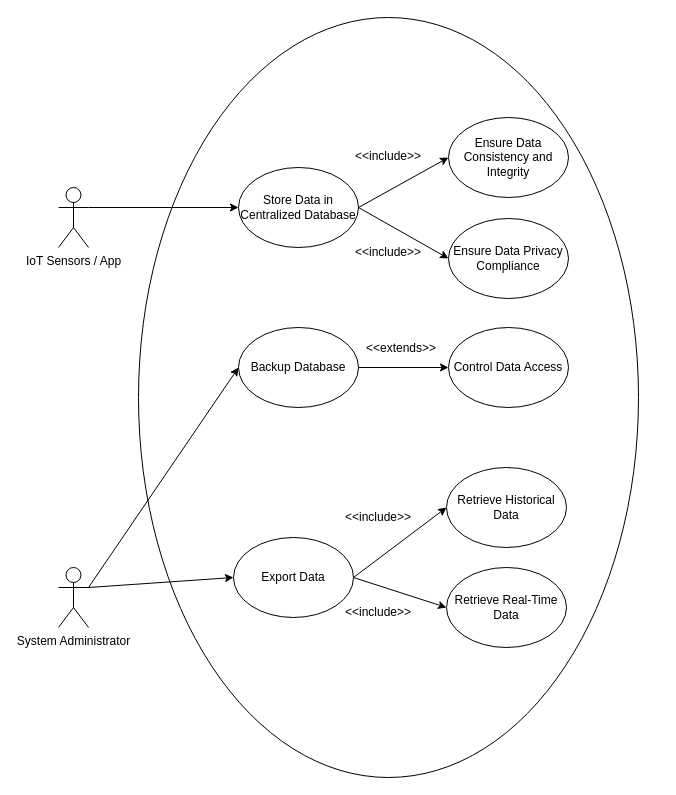
The draw.io diagram UseCaseDiagram.drawio in EzraChai/CMT221-Assignment, before the edit. Source tidied: cells renumbered, new cells numbered last; positions are measured from the earlier drawing's top-left corner, leaving out a move shared by most shapes. Both pictures are drawn from the tidied source at 100%, with x=0, y=0 at pixel (58, 17).
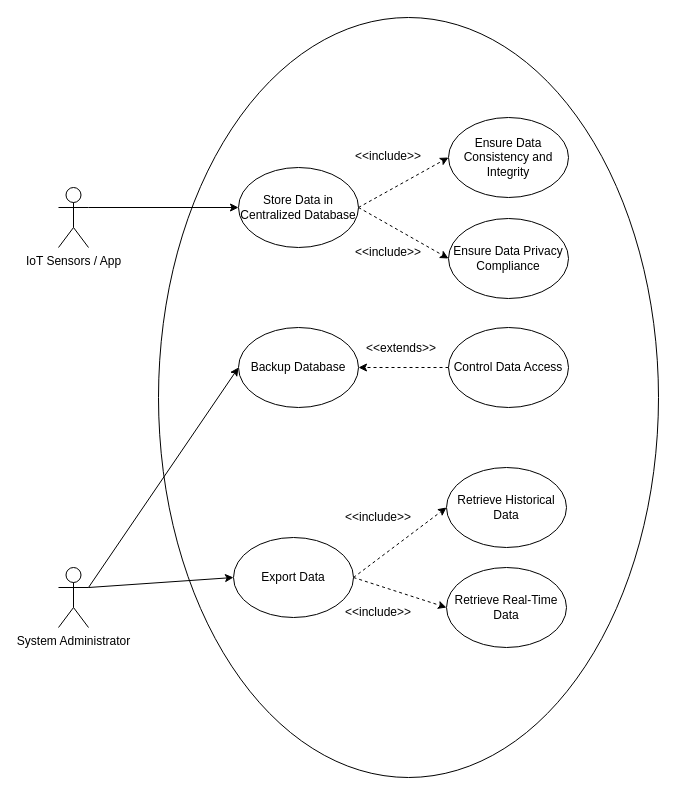
After the change.

Unchanged cells that the change refers to:
```xml
<mxCell id="9" value="Store Data in Centralized Database" style="ellipse;whiteSpace=wrap;html=1;" parent="1" vertex="1">
  <mxGeometry x="180" y="150" width="120" height="80" as="geometry" />
</mxCell>
<mxCell id="10" value="Ensure Data Consistency and Integrity" style="ellipse;whiteSpace=wrap;html=1;" parent="1" vertex="1">
  <mxGeometry x="390" y="100" width="120" height="80" as="geometry" />
</mxCell>
<mxCell id="12" value="Backup Database" style="ellipse;whiteSpace=wrap;html=1;" parent="1" vertex="1">
  <mxGeometry x="180" y="310" width="120" height="80" as="geometry" />
</mxCell>
<mxCell id="13" value="Control Data Access" style="ellipse;whiteSpace=wrap;html=1;" parent="1" vertex="1">
  <mxGeometry x="390" y="310" width="120" height="80" as="geometry" />
</mxCell>
<mxCell id="14" value="Ensure Data Privacy Compliance" style="ellipse;whiteSpace=wrap;html=1;" parent="1" vertex="1">
  <mxGeometry x="390" y="201" width="120" height="80" as="geometry" />
</mxCell>
<mxCell id="17" value="Export Data" style="ellipse;whiteSpace=wrap;html=1;" parent="1" vertex="1">
  <mxGeometry x="175" y="520" width="120" height="80" as="geometry" />
</mxCell>
<mxCell id="23" value="Retrieve Historical Data" style="ellipse;whiteSpace=wrap;html=1;" parent="1" vertex="1">
  <mxGeometry x="388" y="450" width="120" height="80" as="geometry" />
</mxCell>
<mxCell id="24" value="Retrieve Real-Time Data" style="ellipse;whiteSpace=wrap;html=1;" parent="1" vertex="1">
  <mxGeometry x="388" y="550" width="120" height="80" as="geometry" />
</mxCell>
```

Diff of the diagram source:
```diff
@@
     <mxCell id="2" style="ellipse;whiteSpace=wrap;html=1;" parent="1" vertex="1">
-      <mxGeometry x="80" width="500" height="760" as="geometry" />
+      <mxGeometry x="100" width="500" height="760" as="geometry" />
     </mxCell>
@@
-    <mxCell id="7" style="rounded=0;jettySize=auto;html=1;exitX=1;exitY=0.5;exitDx=0;exitDy=0;entryX=0;entryY=0.5;entryDx=0;entryDy=0;" parent="1" edge="1" source="9" target="10">
+    <mxCell id="7" style="rounded=0;jettySize=auto;html=1;exitX=1;exitY=0.5;exitDx=0;exitDy=0;entryX=0;entryY=0.5;entryDx=0;entryDy=0;dashed=1;" parent="1" edge="1" source="9" target="10">
       <mxGeometry relative="1" as="geometry" />
     </mxCell>
-    <mxCell id="8" style="rounded=0;jettySize=auto;html=1;exitX=1;exitY=0.5;exitDx=0;exitDy=0;entryX=0;entryY=0.5;entryDx=0;entryDy=0;" parent="1" edge="1" source="9" target="14">
+    <mxCell id="8" style="rounded=0;jettySize=auto;html=1;exitX=1;exitY=0.5;exitDx=0;exitDy=0;entryX=0;entryY=0.5;entryDx=0;entryDy=0;dashed=1;" parent="1" edge="1" source="9" target="14">
       <mxGeometry relative="1" as="geometry" />
     </mxCell>
@@
-    <mxCell id="11" style="edgeStyle=orthogonalEdgeStyle;rounded=0;jettySize=auto;html=1;exitX=1;exitY=0.5;exitDx=0;exitDy=0;entryX=0;entryY=0.5;entryDx=0;entryDy=0;" parent="1" edge="1" source="12" target="13">
+    <mxCell id="11" style="edgeStyle=orthogonalEdgeStyle;rounded=0;jettySize=auto;html=1;exitX=0;exitY=0.5;exitDx=0;exitDy=0;entryX=1;entryY=0.5;entryDx=0;entryDy=0;dashed=1;" parent="1" edge="1" source="13" target="12">
       <mxGeometry relative="1" as="geometry" />
     </mxCell>
@@
-    <mxCell id="15" style="rounded=0;jettySize=auto;html=1;exitX=1;exitY=0.5;exitDx=0;exitDy=0;entryX=0;entryY=0.5;entryDx=0;entryDy=0;" parent="1" edge="1" source="17" target="23">
+    <mxCell id="15" style="rounded=0;jettySize=auto;html=1;exitX=1;exitY=0.5;exitDx=0;exitDy=0;entryX=0;entryY=0.5;entryDx=0;entryDy=0;dashed=1;" parent="1" edge="1" source="17" target="23">
       <mxGeometry relative="1" as="geometry" />
     </mxCell>
-    <mxCell id="16" style="rounded=0;jettySize=auto;html=1;exitX=1;exitY=0.5;exitDx=0;exitDy=0;entryX=0;entryY=0.5;entryDx=0;entryDy=0;" parent="1" edge="1" source="17" target="24">
+    <mxCell id="16" style="rounded=0;jettySize=auto;html=1;exitX=1;exitY=0.5;exitDx=0;exitDy=0;entryX=0;entryY=0.5;entryDx=0;entryDy=0;dashed=1;" parent="1" edge="1" source="17" target="24">
       <mxGeometry relative="1" as="geometry" />
     </mxCell>
```
